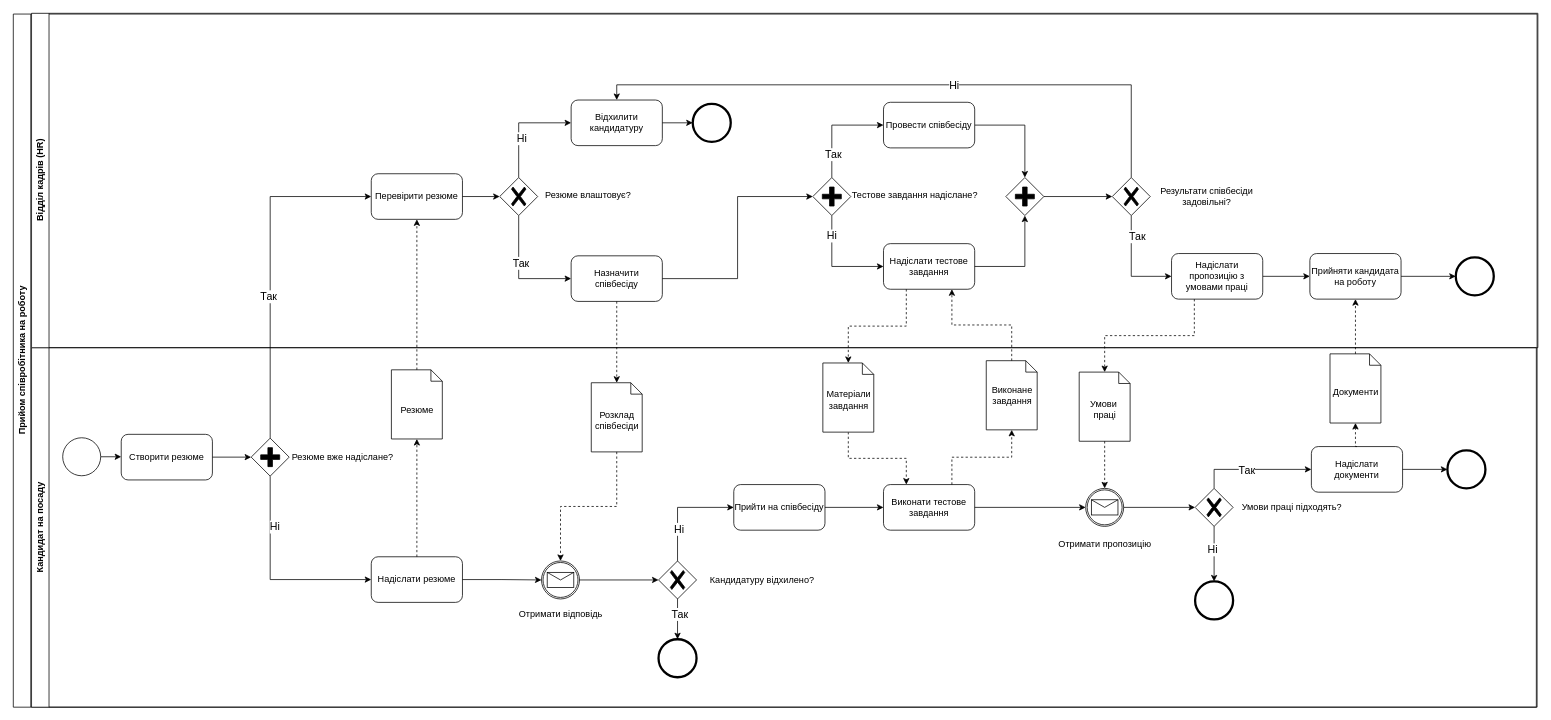
The draw.io diagram lab1/lab1_t5.drawio in gR4tiG0/QAQC, before the edit. Source tidied: cells renumbered, new cells numbered last; positions are measured from the earlier drawing's top-left corner, leaving out a move shared by most shapes. Both pictures are drawn from the tidied source at 76%, with x=0, y=0 at pixel (13, 13).
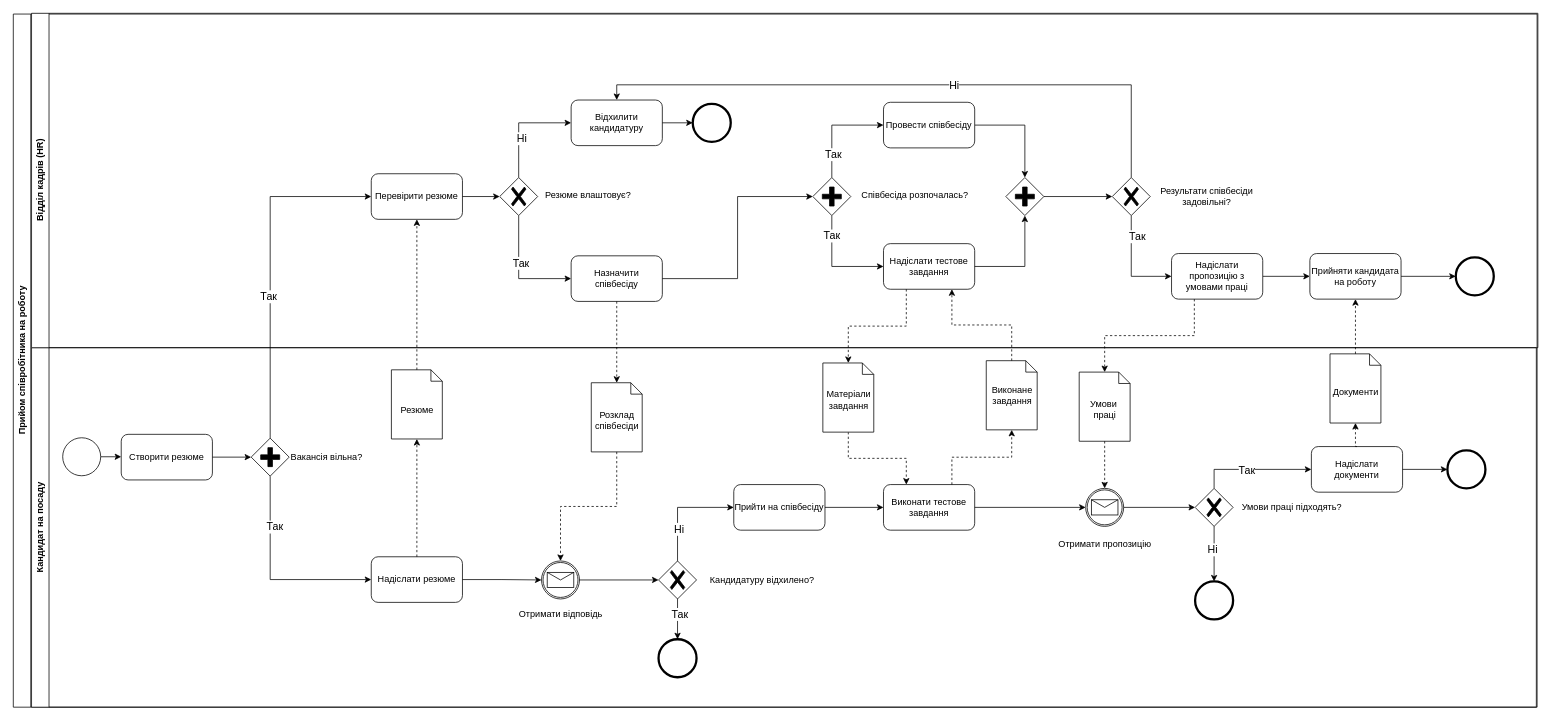
The same diagram, later.

Unchanged cells that the change refers to:
```xml
<mxCell id="3" value="Кандидат на посаду" style="swimlane;horizontal=0;whiteSpace=wrap;html=1;" parent="1" vertex="1">
  <mxGeometry x="24" y="440" width="1980" height="473" as="geometry" />
</mxCell>
<mxCell id="54" style="edgeStyle=orthogonalEdgeStyle;rounded=0;jettySize=auto;html=1;exitX=0.5;exitY=1;exitDx=0;exitDy=0;exitPerimeter=0;entryX=0;entryY=0.5;entryDx=0;entryDy=0;" parent="3" edge="1" source="56" target="9">
  <mxGeometry relative="1" as="geometry" />
</mxCell>
<mxCell id="59" value="Відділ кадрів (HR)" style="swimlane;horizontal=0;whiteSpace=wrap;html=1;" parent="1" vertex="1">
  <mxGeometry x="24" width="1982" height="440" as="geometry" />
</mxCell>
<mxCell id="68" style="edgeStyle=orthogonalEdgeStyle;rounded=0;jettySize=auto;html=1;exitX=0.5;exitY=1;exitDx=0;exitDy=0;exitPerimeter=0;entryX=0;entryY=0.5;entryDx=0;entryDy=0;" parent="59" edge="1" source="72" target="76">
  <mxGeometry relative="1" as="geometry" />
</mxCell>
```

The edit, as a diff of the source:
```diff
@@
-    <mxCell id="55" value="&lt;font style=&quot;font-size: 14px;&quot;&gt;Ні&lt;/font&gt;" style="edgeLabel;html=1;align=center;verticalAlign=middle;" parent="54" vertex="1">
+    <mxCell id="55" value="&lt;font style=&quot;font-size: 14px;&quot;&gt;Так&lt;/font&gt;" style="edgeLabel;html=1;align=center;verticalAlign=middle;" parent="54" vertex="1">
       <mxGeometry x="-0.51" y="5" relative="1" as="geometry" />
     </mxCell>
@@
-    <mxCell id="58" value="Резюме вже надіслане?" style="text;html=1;align=center;verticalAlign=middle;strokeColor=none;fillColor=none;" parent="3" vertex="1">
-      <mxGeometry x="333" y="131" width="151" height="26" as="geometry" />
+    <mxCell id="58" value="Вакансія вільна?" style="text;html=1;align=center;verticalAlign=middle;strokeColor=none;fillColor=none;" parent="3" vertex="1">
+      <mxGeometry x="332" y="131" width="112" height="26" as="geometry" />
     </mxCell>
@@
-    <mxCell id="69" value="&lt;font style=&quot;font-size: 14px;&quot;&gt;Ні&lt;/font&gt;" style="edgeLabel;html=1;align=center;verticalAlign=middle;" parent="68" vertex="1">
+    <mxCell id="69" value="&lt;font style=&quot;font-size: 14px;&quot;&gt;Так&lt;/font&gt;" style="edgeLabel;html=1;align=center;verticalAlign=middle;" parent="68" vertex="1">
       <mxGeometry x="-0.61" y="-1" relative="1" as="geometry" />
     </mxCell>
@@
-    <mxCell id="95" value="Тестове завдання надіслане?" style="text;html=1;align=center;verticalAlign=middle;strokeColor=none;fillColor=none;" parent="59" vertex="1">
-      <mxGeometry x="1070" y="227.1" width="183" height="26" as="geometry" />
+    <mxCell id="95" value="Співбесіда розпочалась?" style="text;html=1;align=center;verticalAlign=middle;strokeColor=none;fillColor=none;" parent="59" vertex="1">
+      <mxGeometry x="1083" y="227.1" width="158" height="26" as="geometry" />
     </mxCell>
```
